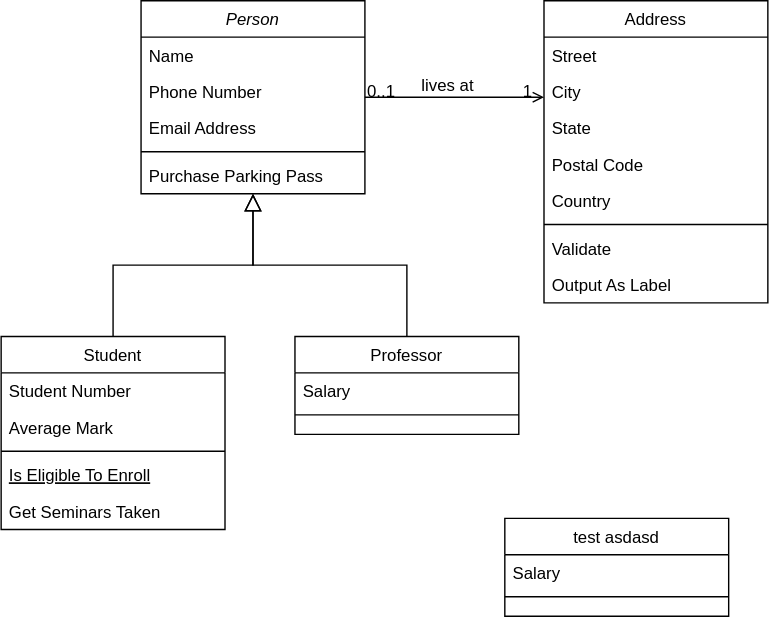
The draw.io diagram UntitledDiagram.drawio.svg in BuroHappoldEngineering/documentation-page, before a commit. Source tidied: cells renumbered, new cells last; positions are measured from the earlier drawing's top-left corner, leaving out a move shared by most shapes. Source of this version:
```xml
<mxGraphModel>
  <root>
    <mxCell id="0" />
    <mxCell id="1" parent="0" />
    <mxCell id="2" value="Person" style="swimlane;fontStyle=2;align=center;verticalAlign=top;horizontal=1;startSize=26;rounded=0;shadow=0;strokeWidth=1;" parent="1" vertex="1">
      <mxGeometry x="100" width="160" height="138" as="geometry" />
    </mxCell>
    <mxCell id="3" value="Name" style="text;align=left;verticalAlign=top;spacingLeft=4;spacingRight=4;overflow=hidden;" parent="2" vertex="1">
      <mxGeometry y="26" width="160" height="26" as="geometry" />
    </mxCell>
    <mxCell id="4" value="Phone Number" style="text;align=left;verticalAlign=top;spacingLeft=4;spacingRight=4;overflow=hidden;rounded=0;shadow=0;html=0;" parent="2" vertex="1">
      <mxGeometry y="52" width="160" height="26" as="geometry" />
    </mxCell>
    <mxCell id="5" value="Email Address" style="text;align=left;verticalAlign=top;spacingLeft=4;spacingRight=4;overflow=hidden;rounded=0;shadow=0;html=0;" parent="2" vertex="1">
      <mxGeometry y="78" width="160" height="26" as="geometry" />
    </mxCell>
    <mxCell id="6" style="line;html=1;strokeWidth=1;align=left;verticalAlign=middle;spacingTop=-1;spacingLeft=3;spacingRight=3;labelPosition=right;" parent="2" vertex="1">
      <mxGeometry y="104" width="160" height="8" as="geometry" />
    </mxCell>
    <mxCell id="7" value="Purchase Parking Pass" style="text;align=left;verticalAlign=top;spacingLeft=4;spacingRight=4;overflow=hidden;" parent="2" vertex="1">
      <mxGeometry y="112" width="160" height="26" as="geometry" />
    </mxCell>
    <mxCell id="8" value="Student" style="swimlane;fontStyle=0;align=center;verticalAlign=top;horizontal=1;startSize=26;rounded=0;shadow=0;strokeWidth=1;" parent="1" vertex="1">
      <mxGeometry y="240" width="160" height="138" as="geometry" />
    </mxCell>
    <mxCell id="9" value="Student Number" style="text;align=left;verticalAlign=top;spacingLeft=4;spacingRight=4;overflow=hidden;" parent="8" vertex="1">
      <mxGeometry y="26" width="160" height="26" as="geometry" />
    </mxCell>
    <mxCell id="10" value="Average Mark" style="text;align=left;verticalAlign=top;spacingLeft=4;spacingRight=4;overflow=hidden;rounded=0;shadow=0;html=0;" parent="8" vertex="1">
      <mxGeometry y="52" width="160" height="26" as="geometry" />
    </mxCell>
    <mxCell id="11" style="line;html=1;strokeWidth=1;align=left;verticalAlign=middle;spacingTop=-1;spacingLeft=3;spacingRight=3;labelPosition=right;" parent="8" vertex="1">
      <mxGeometry y="78" width="160" height="8" as="geometry" />
    </mxCell>
    <mxCell id="12" value="Is Eligible To Enroll" style="text;align=left;verticalAlign=top;spacingLeft=4;spacingRight=4;overflow=hidden;fontStyle=4;" parent="8" vertex="1">
      <mxGeometry y="86" width="160" height="26" as="geometry" />
    </mxCell>
    <mxCell id="13" value="Get Seminars Taken" style="text;align=left;verticalAlign=top;spacingLeft=4;spacingRight=4;overflow=hidden;" parent="8" vertex="1">
      <mxGeometry y="112" width="160" height="26" as="geometry" />
    </mxCell>
    <mxCell id="14" style="endArrow=block;endSize=10;endFill=0;shadow=0;strokeWidth=1;rounded=0;edgeStyle=elbowEdgeStyle;elbow=vertical;" parent="1" edge="1" source="8" target="2">
      <mxGeometry relative="1" as="geometry" />
    </mxCell>
    <mxCell id="15" value="Professor" style="swimlane;fontStyle=0;align=center;verticalAlign=top;horizontal=1;startSize=26;rounded=0;shadow=0;strokeWidth=1;" parent="1" vertex="1">
      <mxGeometry x="210" y="240" width="160" height="70" as="geometry" />
    </mxCell>
    <mxCell id="16" value="Salary" style="text;align=left;verticalAlign=top;spacingLeft=4;spacingRight=4;overflow=hidden;" parent="15" vertex="1">
      <mxGeometry y="26" width="160" height="26" as="geometry" />
    </mxCell>
    <mxCell id="17" style="line;html=1;strokeWidth=1;align=left;verticalAlign=middle;spacingTop=-1;spacingLeft=3;spacingRight=3;labelPosition=right;" parent="15" vertex="1">
      <mxGeometry y="52" width="160" height="8" as="geometry" />
    </mxCell>
    <mxCell id="18" style="endArrow=block;endSize=10;endFill=0;shadow=0;strokeWidth=1;rounded=0;edgeStyle=elbowEdgeStyle;elbow=vertical;" parent="1" edge="1" source="15" target="2">
      <mxGeometry relative="1" as="geometry" />
    </mxCell>
    <mxCell id="19" value="Address" style="swimlane;fontStyle=0;align=center;verticalAlign=top;horizontal=1;startSize=26;rounded=0;shadow=0;strokeWidth=1;" parent="1" vertex="1">
      <mxGeometry x="388" width="160" height="216" as="geometry" />
    </mxCell>
    <mxCell id="20" value="Street" style="text;align=left;verticalAlign=top;spacingLeft=4;spacingRight=4;overflow=hidden;" parent="19" vertex="1">
      <mxGeometry y="26" width="160" height="26" as="geometry" />
    </mxCell>
    <mxCell id="21" value="City" style="text;align=left;verticalAlign=top;spacingLeft=4;spacingRight=4;overflow=hidden;rounded=0;shadow=0;html=0;" parent="19" vertex="1">
      <mxGeometry y="52" width="160" height="26" as="geometry" />
    </mxCell>
    <mxCell id="22" value="State" style="text;align=left;verticalAlign=top;spacingLeft=4;spacingRight=4;overflow=hidden;rounded=0;shadow=0;html=0;" parent="19" vertex="1">
      <mxGeometry y="78" width="160" height="26" as="geometry" />
    </mxCell>
    <mxCell id="23" value="Postal Code" style="text;align=left;verticalAlign=top;spacingLeft=4;spacingRight=4;overflow=hidden;rounded=0;shadow=0;html=0;" parent="19" vertex="1">
      <mxGeometry y="104" width="160" height="26" as="geometry" />
    </mxCell>
    <mxCell id="24" value="Country" style="text;align=left;verticalAlign=top;spacingLeft=4;spacingRight=4;overflow=hidden;rounded=0;shadow=0;html=0;" parent="19" vertex="1">
      <mxGeometry y="130" width="160" height="26" as="geometry" />
    </mxCell>
    <mxCell id="25" style="line;html=1;strokeWidth=1;align=left;verticalAlign=middle;spacingTop=-1;spacingLeft=3;spacingRight=3;labelPosition=right;" parent="19" vertex="1">
      <mxGeometry y="156" width="160" height="8" as="geometry" />
    </mxCell>
    <mxCell id="26" value="Validate" style="text;align=left;verticalAlign=top;spacingLeft=4;spacingRight=4;overflow=hidden;" parent="19" vertex="1">
      <mxGeometry y="164" width="160" height="26" as="geometry" />
    </mxCell>
    <mxCell id="27" value="Output As Label" style="text;align=left;verticalAlign=top;spacingLeft=4;spacingRight=4;overflow=hidden;" parent="19" vertex="1">
      <mxGeometry y="190" width="160" height="26" as="geometry" />
    </mxCell>
    <mxCell id="28" style="endArrow=open;shadow=0;strokeWidth=1;rounded=0;endFill=1;edgeStyle=elbowEdgeStyle;elbow=vertical;" parent="1" edge="1" source="2" target="19">
      <mxGeometry x="0.5" y="41" relative="1" as="geometry">
        <mxPoint x="-40" y="32" as="offset" />
      </mxGeometry>
    </mxCell>
    <mxCell id="29" value="0..1" style="align=left;verticalAlign=bottom;labelBackgroundColor=none;fontSize=12;" parent="28" vertex="1">
      <mxGeometry x="-1" relative="1" as="geometry">
        <mxPoint y="4" as="offset" />
      </mxGeometry>
    </mxCell>
    <mxCell id="30" value="1" style="align=right;verticalAlign=bottom;labelBackgroundColor=none;fontSize=12;" parent="28" vertex="1">
      <mxGeometry x="1" relative="1" as="geometry">
        <mxPoint x="-7" y="4" as="offset" />
      </mxGeometry>
    </mxCell>
    <mxCell id="31" value="lives at" style="text;html=1;align=center;verticalAlign=middle;labelBackgroundColor=none;rounded=0;shadow=0;strokeWidth=1;fontSize=12;" parent="28" vertex="1">
      <mxGeometry x="0.5" y="49" relative="1" as="geometry">
        <mxPoint x="-38" y="40" as="offset" />
      </mxGeometry>
    </mxCell>
    <mxCell id="32" value="test asdasd" style="swimlane;fontStyle=0;align=center;verticalAlign=top;horizontal=1;startSize=26;rounded=0;shadow=0;strokeWidth=1;" parent="1" vertex="1">
      <mxGeometry x="360" y="370" width="160" height="70" as="geometry" />
    </mxCell>
    <mxCell id="33" value="Salary" style="text;align=left;verticalAlign=top;spacingLeft=4;spacingRight=4;overflow=hidden;" parent="32" vertex="1">
      <mxGeometry y="26" width="160" height="26" as="geometry" />
    </mxCell>
    <mxCell id="34" style="line;html=1;strokeWidth=1;align=left;verticalAlign=middle;spacingTop=-1;spacingLeft=3;spacingRight=3;labelPosition=right;" parent="32" vertex="1">
      <mxGeometry y="52" width="160" height="8" as="geometry" />
    </mxCell>
  </root>
</mxGraphModel>
```
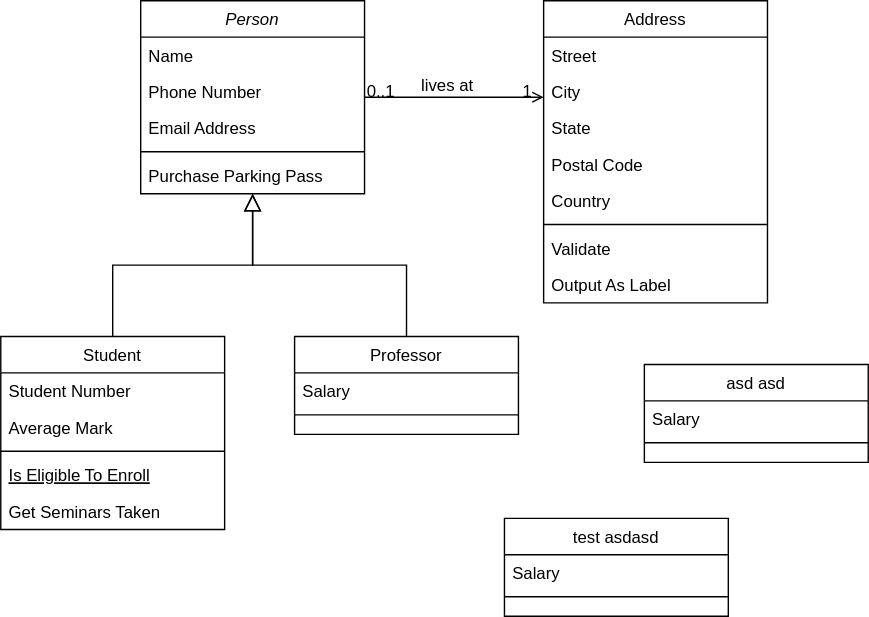
After the change.

Change to the diagram source:
```diff
@@ -109,5 +109,14 @@
     <mxCell id="34" style="line;html=1;strokeWidth=1;align=left;verticalAlign=middle;spacingTop=-1;spacingLeft=3;spacingRight=3;labelPosition=right;" parent="32" vertex="1">
       <mxGeometry y="52" width="160" height="8" as="geometry" />
     </mxCell>
+    <mxCell id="35" value="asd asd" style="swimlane;fontStyle=0;align=center;verticalAlign=top;horizontal=1;startSize=26;rounded=0;shadow=0;strokeWidth=1;" parent="1" vertex="1">
+      <mxGeometry x="460" y="260" width="160" height="70" as="geometry" />
+    </mxCell>
+    <mxCell id="36" value="Salary" style="text;align=left;verticalAlign=top;spacingLeft=4;spacingRight=4;overflow=hidden;" parent="35" vertex="1">
+      <mxGeometry y="26" width="160" height="26" as="geometry" />
+    </mxCell>
+    <mxCell id="37" style="line;html=1;strokeWidth=1;align=left;verticalAlign=middle;spacingTop=-1;spacingLeft=3;spacingRight=3;labelPosition=right;" parent="35" vertex="1">
+      <mxGeometry y="52" width="160" height="8" as="geometry" />
+    </mxCell>
   </root>
 </mxGraphModel>
```
